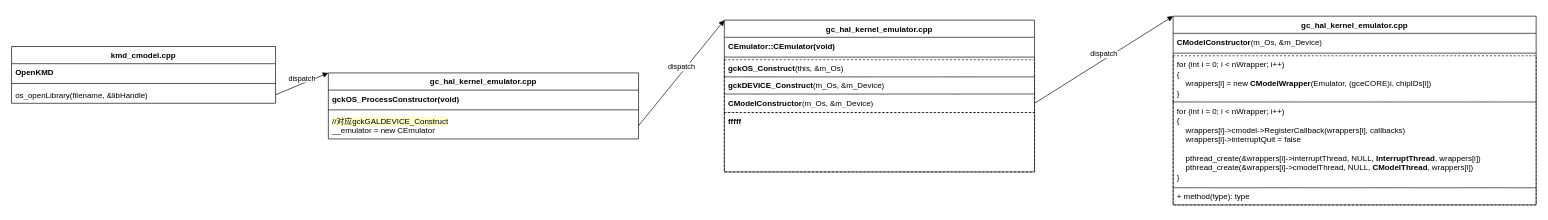
Above: cmodel.drawio in evolution124/mydiagram (draw.io), before the change. Source tidied: cells renumbered, new cells numbered last; positions are measured from the earlier drawing's top-left corner, leaving out a move shared by most shapes. Both pictures are drawn from the tidied source at 66%, with x=0, y=0 at pixel (11, 16).
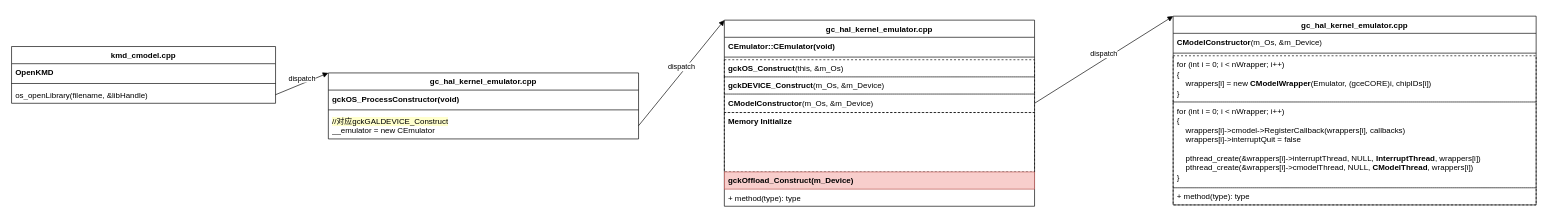
The same page after the edit.

Diff of the diagram source:
```diff
@@
     <mxCell id="11" value="gc_hal_kernel_emulator.cpp" style="swimlane;fontStyle=1;align=center;verticalAlign=top;horizontal=1;startSize=26;whiteSpace=wrap;html=1;" parent="1" vertex="1">
-      <mxGeometry x="1080" y="6" width="470" height="230" as="geometry" />
+      <mxGeometry x="1080" y="6" width="470" height="282" as="geometry" />
     </mxCell>
@@
-    <mxCell id="17" value="&lt;b&gt;fffff&lt;/b&gt;" style="text;strokeColor=default;fillColor=none;align=left;verticalAlign=top;spacingLeft=4;spacingRight=4;overflow=hidden;whiteSpace=wrap;html=1;dashed=1;" parent="11" vertex="1">
+    <mxCell id="17" value="&lt;b&gt;Memory Initialize&lt;/b&gt;" style="text;strokeColor=default;fillColor=none;align=left;verticalAlign=top;spacingLeft=4;spacingRight=4;overflow=hidden;whiteSpace=wrap;html=1;dashed=1;" parent="11" vertex="1">
       <mxGeometry y="140" width="470" height="90" as="geometry" />
     </mxCell>
+    <mxCell id="26" value="&lt;b&gt;gckOffload_Construct(m_Device)&lt;/b&gt;" style="text;strokeColor=#b85450;fillColor=#f8cecc;align=left;verticalAlign=top;spacingLeft=4;spacingRight=4;overflow=hidden;whiteSpace=wrap;html=1;" parent="11" vertex="1">
+      <mxGeometry y="230" width="470" height="26" as="geometry" />
+    </mxCell>
+    <mxCell id="27" value="+ method(type): type" style="text;strokeColor=none;fillColor=none;align=left;verticalAlign=top;spacingLeft=4;spacingRight=4;overflow=hidden;whiteSpace=wrap;html=1;" parent="11" vertex="1">
+      <mxGeometry y="256" width="470" height="26" as="geometry" />
+    </mxCell>
```
